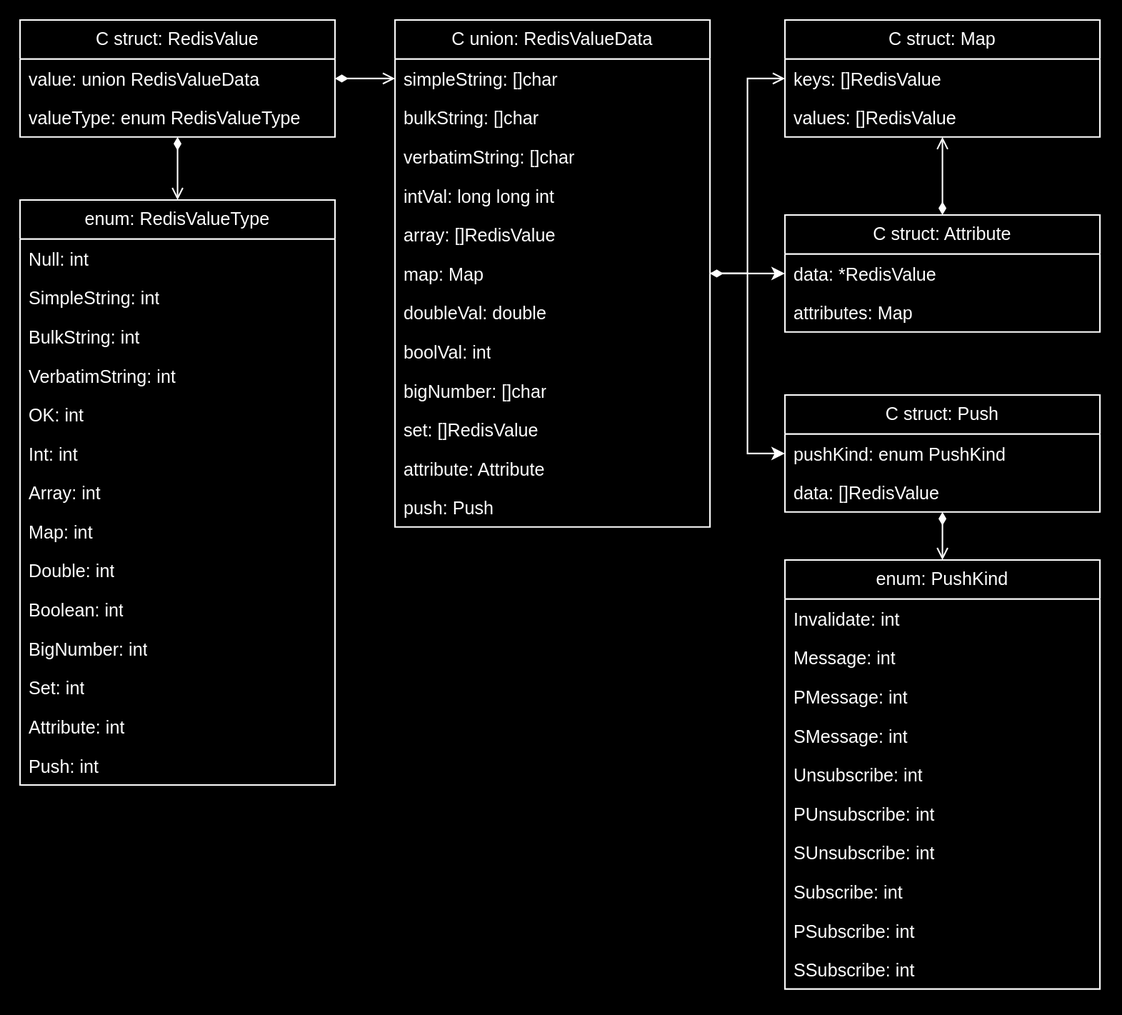
The draw.io diagram docs/img/FFI-request-success-struct-diagram.svg in Bit-Quill/valkey-glide, before a commit. Source tidied: cells renumbered, new cells last; positions are measured from the earlier drawing's top-left corner, leaving out a move shared by most shapes.
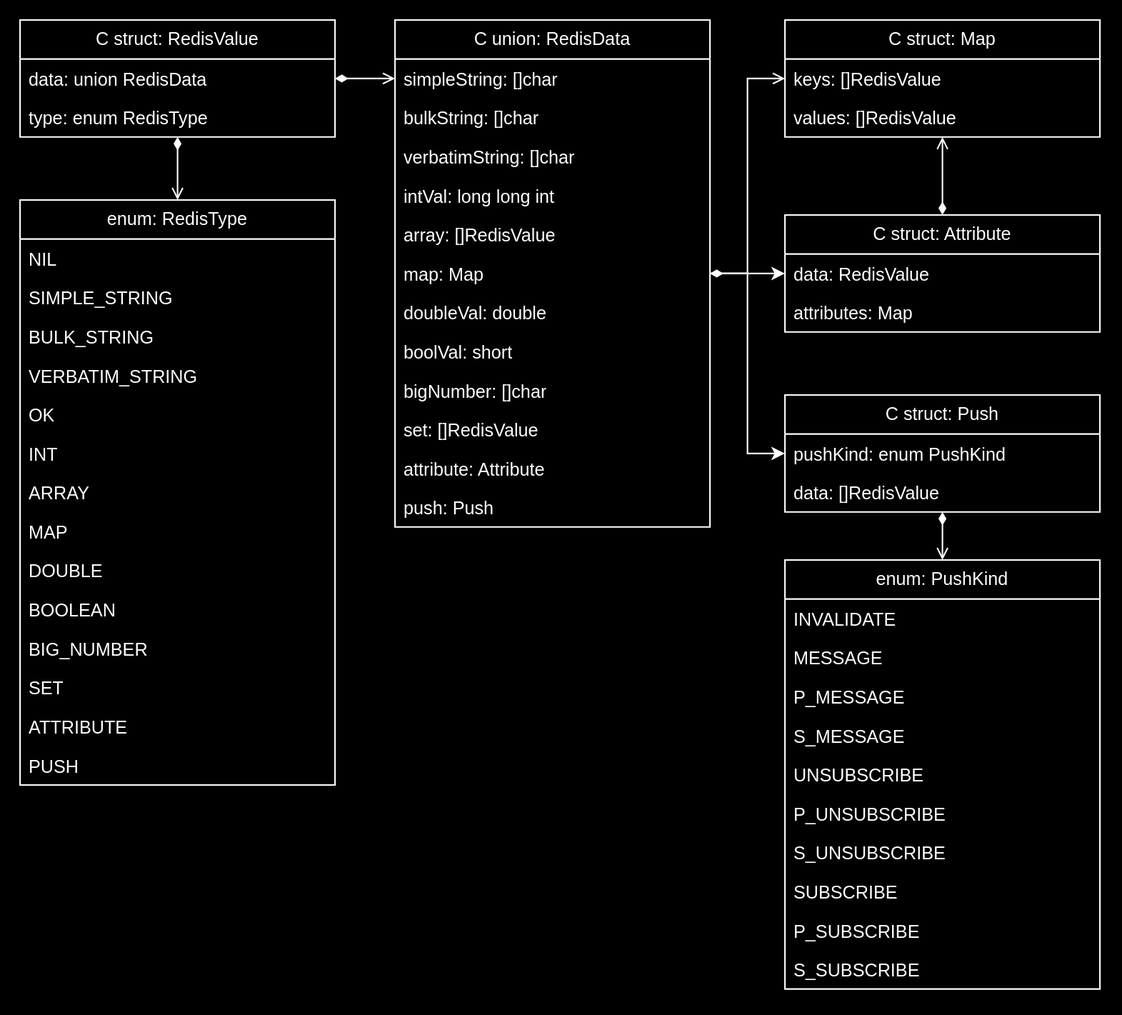
The same diagram one commit later.

Commit message:
Update request success struct diagram

Diff of the diagram source:
```diff
@@ -11,10 +11,10 @@
     <mxCell id="4" value="C struct: RedisValue" style="swimlane;fontStyle=0;horizontal=1;startSize=26;fillColor=none;whiteSpace=wrap;html=1;" parent="1" vertex="1">
       <mxGeometry width="210" height="78" as="geometry" />
     </mxCell>
-    <mxCell id="5" value="value: union RedisValueData" style="text;strokeColor=none;fillColor=none;align=left;verticalAlign=top;spacingLeft=4;spacingRight=4;overflow=hidden;whiteSpace=wrap;html=1;" parent="4" vertex="1">
+    <mxCell id="5" value="data: union RedisData" style="text;strokeColor=none;fillColor=none;align=left;verticalAlign=top;spacingLeft=4;spacingRight=4;overflow=hidden;whiteSpace=wrap;html=1;" parent="4" vertex="1">
       <mxGeometry y="26" width="210" height="26" as="geometry" />
     </mxCell>
-    <mxCell id="6" value="valueType: enum RedisValueType" style="text;strokeColor=none;fillColor=none;align=left;verticalAlign=top;spacingLeft=4;spacingRight=4;overflow=hidden;whiteSpace=wrap;html=1;" parent="4" vertex="1">
+    <mxCell id="6" value="type: enum RedisType" style="text;strokeColor=none;fillColor=none;align=left;verticalAlign=top;spacingLeft=4;spacingRight=4;overflow=hidden;whiteSpace=wrap;html=1;" parent="4" vertex="1">
       <mxGeometry y="52" width="210" height="26" as="geometry" />
     </mxCell>
     <mxCell id="7" style="edgeStyle=orthogonalEdgeStyle;rounded=0;jettySize=auto;html=1;startArrow=diamondThin;startFill=1;endArrow=open;endFill=0;" parent="1" edge="1" source="9" target="22">
@@ -23,7 +23,7 @@
     <mxCell id="8" style="edgeStyle=orthogonalEdgeStyle;rounded=0;jettySize=auto;html=1;" parent="1" edge="1" source="9" target="46">
       <mxGeometry relative="1" as="geometry" />
     </mxCell>
-    <mxCell id="9" value="C union: RedisValueData" style="swimlane;fontStyle=0;horizontal=1;startSize=26;fillColor=none;whiteSpace=wrap;html=1;" parent="1" vertex="1">
+    <mxCell id="9" value="C union: RedisData" style="swimlane;fontStyle=0;horizontal=1;startSize=26;fillColor=none;whiteSpace=wrap;html=1;" parent="1" vertex="1">
       <mxGeometry x="250" width="210" height="338" as="geometry" />
     </mxCell>
     <mxCell id="10" value="simpleString: []char" style="text;strokeColor=none;fillColor=none;align=left;verticalAlign=top;spacingLeft=4;spacingRight=4;overflow=hidden;points=[[0,0.5],[1,0.5]];portConstraint=eastwest;whiteSpace=wrap;html=1;" parent="9" vertex="1">
@@ -47,7 +47,7 @@
     <mxCell id="16" value="doubleVal: double" style="text;strokeColor=none;fillColor=none;align=left;verticalAlign=top;spacingLeft=4;spacingRight=4;overflow=hidden;whiteSpace=wrap;html=1;" parent="9" vertex="1">
       <mxGeometry y="182" width="210" height="26" as="geometry" />
     </mxCell>
-    <mxCell id="17" value="boolVal: int" style="text;strokeColor=none;fillColor=none;align=left;verticalAlign=top;spacingLeft=4;spacingRight=4;overflow=hidden;whiteSpace=wrap;html=1;" parent="9" vertex="1">
+    <mxCell id="17" value="boolVal: short" style="text;strokeColor=none;fillColor=none;align=left;verticalAlign=top;spacingLeft=4;spacingRight=4;overflow=hidden;whiteSpace=wrap;html=1;" parent="9" vertex="1">
       <mxGeometry y="208" width="210" height="26" as="geometry" />
     </mxCell>
     <mxCell id="18" value="bigNumber: []char" style="text;strokeColor=none;fillColor=none;align=left;verticalAlign=top;spacingLeft=4;spacingRight=4;overflow=hidden;whiteSpace=wrap;html=1;" parent="9" vertex="1">
@@ -71,49 +71,49 @@
     <mxCell id="24" value="values: []RedisValue" style="text;strokeColor=none;fillColor=none;align=left;verticalAlign=top;spacingLeft=4;spacingRight=4;overflow=hidden;whiteSpace=wrap;html=1;" parent="22" vertex="1">
       <mxGeometry y="52" width="210" height="26" as="geometry" />
     </mxCell>
-    <mxCell id="25" value="enum: RedisValueType" style="swimlane;fontStyle=0;horizontal=1;startSize=26;fillColor=none;whiteSpace=wrap;html=1;" parent="1" vertex="1">
+    <mxCell id="25" value="enum: RedisType" style="swimlane;fontStyle=0;horizontal=1;startSize=26;fillColor=none;whiteSpace=wrap;html=1;" parent="1" vertex="1">
       <mxGeometry y="120" width="210" height="390" as="geometry" />
     </mxCell>
-    <mxCell id="26" value="Null: int" style="text;strokeColor=none;fillColor=none;align=left;verticalAlign=top;spacingLeft=4;spacingRight=4;overflow=hidden;whiteSpace=wrap;html=1;" parent="25" vertex="1">
+    <mxCell id="26" value="NIL" style="text;strokeColor=none;fillColor=none;align=left;verticalAlign=top;spacingLeft=4;spacingRight=4;overflow=hidden;whiteSpace=wrap;html=1;" parent="25" vertex="1">
       <mxGeometry y="26" width="210" height="26" as="geometry" />
     </mxCell>
-    <mxCell id="27" value="SimpleString: int" style="text;strokeColor=none;fillColor=none;align=left;verticalAlign=top;spacingLeft=4;spacingRight=4;overflow=hidden;whiteSpace=wrap;html=1;" parent="25" vertex="1">
+    <mxCell id="27" value="SIMPLE_STRING" style="text;strokeColor=none;fillColor=none;align=left;verticalAlign=top;spacingLeft=4;spacingRight=4;overflow=hidden;whiteSpace=wrap;html=1;" parent="25" vertex="1">
       <mxGeometry y="52" width="210" height="26" as="geometry" />
     </mxCell>
-    <mxCell id="28" value="BulkString: int" style="text;strokeColor=none;fillColor=none;align=left;verticalAlign=top;spacingLeft=4;spacingRight=4;overflow=hidden;whiteSpace=wrap;html=1;" parent="25" vertex="1">
+    <mxCell id="28" value="BULK_STRING" style="text;strokeColor=none;fillColor=none;align=left;verticalAlign=top;spacingLeft=4;spacingRight=4;overflow=hidden;whiteSpace=wrap;html=1;" parent="25" vertex="1">
       <mxGeometry y="78" width="210" height="26" as="geometry" />
     </mxCell>
-    <mxCell id="29" value="VerbatimString: int" style="text;strokeColor=none;fillColor=none;align=left;verticalAlign=top;spacingLeft=4;spacingRight=4;overflow=hidden;whiteSpace=wrap;html=1;" parent="25" vertex="1">
+    <mxCell id="29" value="VERBATIM_STRING" style="text;strokeColor=none;fillColor=none;align=left;verticalAlign=top;spacingLeft=4;spacingRight=4;overflow=hidden;whiteSpace=wrap;html=1;" parent="25" vertex="1">
       <mxGeometry y="104" width="210" height="26" as="geometry" />
     </mxCell>
-    <mxCell id="30" value="OK: int" style="text;strokeColor=none;fillColor=none;align=left;verticalAlign=top;spacingLeft=4;spacingRight=4;overflow=hidden;whiteSpace=wrap;html=1;" parent="25" vertex="1">
+    <mxCell id="30" value="OK" style="text;strokeColor=none;fillColor=none;align=left;verticalAlign=top;spacingLeft=4;spacingRight=4;overflow=hidden;whiteSpace=wrap;html=1;" parent="25" vertex="1">
       <mxGeometry y="130" width="210" height="26" as="geometry" />
     </mxCell>
-    <mxCell id="31" value="Int: int" style="text;strokeColor=none;fillColor=none;align=left;verticalAlign=top;spacingLeft=4;spacingRight=4;overflow=hidden;whiteSpace=wrap;html=1;" parent="25" vertex="1">
+    <mxCell id="31" value="INT" style="text;strokeColor=none;fillColor=none;align=left;verticalAlign=top;spacingLeft=4;spacingRight=4;overflow=hidden;whiteSpace=wrap;html=1;" parent="25" vertex="1">
       <mxGeometry y="156" width="210" height="26" as="geometry" />
     </mxCell>
-    <mxCell id="32" value="Array: int" style="text;strokeColor=none;fillColor=none;align=left;verticalAlign=top;spacingLeft=4;spacingRight=4;overflow=hidden;whiteSpace=wrap;html=1;" parent="25" vertex="1">
+    <mxCell id="32" value="ARRAY" style="text;strokeColor=none;fillColor=none;align=left;verticalAlign=top;spacingLeft=4;spacingRight=4;overflow=hidden;whiteSpace=wrap;html=1;" parent="25" vertex="1">
       <mxGeometry y="182" width="210" height="26" as="geometry" />
     </mxCell>
-    <mxCell id="33" value="Map: int" style="text;strokeColor=none;fillColor=none;align=left;verticalAlign=top;spacingLeft=4;spacingRight=4;overflow=hidden;whiteSpace=wrap;html=1;" parent="25" vertex="1">
+    <mxCell id="33" value="MAP" style="text;strokeColor=none;fillColor=none;align=left;verticalAlign=top;spacingLeft=4;spacingRight=4;overflow=hidden;whiteSpace=wrap;html=1;" parent="25" vertex="1">
       <mxGeometry y="208" width="210" height="26" as="geometry" />
     </mxCell>
-    <mxCell id="34" value="Double: int" style="text;strokeColor=none;fillColor=none;align=left;verticalAlign=top;spacingLeft=4;spacingRight=4;overflow=hidden;whiteSpace=wrap;html=1;" parent="25" vertex="1">
+    <mxCell id="34" value="DOUBLE" style="text;strokeColor=none;fillColor=none;align=left;verticalAlign=top;spacingLeft=4;spacingRight=4;overflow=hidden;whiteSpace=wrap;html=1;" parent="25" vertex="1">
       <mxGeometry y="234" width="210" height="26" as="geometry" />
     </mxCell>
-    <mxCell id="35" value="Boolean: int" style="text;strokeColor=none;fillColor=none;align=left;verticalAlign=top;spacingLeft=4;spacingRight=4;overflow=hidden;whiteSpace=wrap;html=1;" parent="25" vertex="1">
+    <mxCell id="35" value="BOOLEAN" style="text;strokeColor=none;fillColor=none;align=left;verticalAlign=top;spacingLeft=4;spacingRight=4;overflow=hidden;whiteSpace=wrap;html=1;" parent="25" vertex="1">
       <mxGeometry y="260" width="210" height="26" as="geometry" />
     </mxCell>
-    <mxCell id="36" value="BigNumber: int" style="text;strokeColor=none;fillColor=none;align=left;verticalAlign=top;spacingLeft=4;spacingRight=4;overflow=hidden;whiteSpace=wrap;html=1;" parent="25" vertex="1">
+    <mxCell id="36" value="BIG_NUMBER" style="text;strokeColor=none;fillColor=none;align=left;verticalAlign=top;spacingLeft=4;spacingRight=4;overflow=hidden;whiteSpace=wrap;html=1;" parent="25" vertex="1">
       <mxGeometry y="286" width="210" height="26" as="geometry" />
     </mxCell>
-    <mxCell id="37" value="Set: int" style="text;strokeColor=none;fillColor=none;align=left;verticalAlign=top;spacingLeft=4;spacingRight=4;overflow=hidden;whiteSpace=wrap;html=1;" parent="25" vertex="1">
+    <mxCell id="37" value="SET" style="text;strokeColor=none;fillColor=none;align=left;verticalAlign=top;spacingLeft=4;spacingRight=4;overflow=hidden;whiteSpace=wrap;html=1;" parent="25" vertex="1">
       <mxGeometry y="312" width="210" height="26" as="geometry" />
     </mxCell>
-    <mxCell id="38" value="Attribute: int" style="text;strokeColor=none;fillColor=none;align=left;verticalAlign=top;spacingLeft=4;spacingRight=4;overflow=hidden;whiteSpace=wrap;html=1;" parent="25" vertex="1">
+    <mxCell id="38" value="ATTRIBUTE" style="text;strokeColor=none;fillColor=none;align=left;verticalAlign=top;spacingLeft=4;spacingRight=4;overflow=hidden;whiteSpace=wrap;html=1;" parent="25" vertex="1">
       <mxGeometry y="338" width="210" height="26" as="geometry" />
     </mxCell>
-    <mxCell id="39" value="Push: int" style="text;strokeColor=none;fillColor=none;align=left;verticalAlign=top;spacingLeft=4;spacingRight=4;overflow=hidden;whiteSpace=wrap;html=1;" parent="25" vertex="1">
+    <mxCell id="39" value="PUSH" style="text;strokeColor=none;fillColor=none;align=left;verticalAlign=top;spacingLeft=4;spacingRight=4;overflow=hidden;whiteSpace=wrap;html=1;" parent="25" vertex="1">
       <mxGeometry y="364" width="210" height="26" as="geometry" />
     </mxCell>
     <mxCell id="40" style="edgeStyle=orthogonalEdgeStyle;rounded=0;jettySize=auto;html=1;endArrow=open;endFill=0;startArrow=diamondThin;startFill=1;" parent="1" edge="1" source="41" target="22">
@@ -122,7 +122,7 @@
     <mxCell id="41" value="C struct: Attribute" style="swimlane;fontStyle=0;horizontal=1;startSize=26;fillColor=none;whiteSpace=wrap;html=1;" parent="1" vertex="1">
       <mxGeometry x="510" y="130" width="210" height="78" as="geometry" />
     </mxCell>
-    <mxCell id="42" value="data: *RedisValue" style="text;strokeColor=none;fillColor=none;align=left;verticalAlign=top;spacingLeft=4;spacingRight=4;overflow=hidden;whiteSpace=wrap;html=1;" parent="41" vertex="1">
+    <mxCell id="42" value="data: RedisValue" style="text;strokeColor=none;fillColor=none;align=left;verticalAlign=top;spacingLeft=4;spacingRight=4;overflow=hidden;whiteSpace=wrap;html=1;" parent="41" vertex="1">
       <mxGeometry y="26" width="210" height="26" as="geometry" />
     </mxCell>
     <mxCell id="43" value="attributes: Map" style="text;strokeColor=none;fillColor=none;align=left;verticalAlign=top;spacingLeft=4;spacingRight=4;overflow=hidden;whiteSpace=wrap;html=1;" parent="41" vertex="1">
@@ -146,34 +146,34 @@
     <mxCell id="49" value="enum: PushKind" style="swimlane;fontStyle=0;horizontal=1;startSize=26;fillColor=none;whiteSpace=wrap;html=1;" parent="1" vertex="1">
       <mxGeometry x="510" y="360" width="210" height="286" as="geometry" />
     </mxCell>
-    <mxCell id="50" value="Invalidate: int" style="text;strokeColor=none;fillColor=none;align=left;verticalAlign=top;spacingLeft=4;spacingRight=4;overflow=hidden;whiteSpace=wrap;html=1;" parent="49" vertex="1">
+    <mxCell id="50" value="INVALIDATE" style="text;strokeColor=none;fillColor=none;align=left;verticalAlign=top;spacingLeft=4;spacingRight=4;overflow=hidden;whiteSpace=wrap;html=1;" parent="49" vertex="1">
       <mxGeometry y="26" width="210" height="26" as="geometry" />
     </mxCell>
-    <mxCell id="51" value="Message: int" style="text;strokeColor=none;fillColor=none;align=left;verticalAlign=top;spacingLeft=4;spacingRight=4;overflow=hidden;whiteSpace=wrap;html=1;" parent="49" vertex="1">
+    <mxCell id="51" value="MESSAGE" style="text;strokeColor=none;fillColor=none;align=left;verticalAlign=top;spacingLeft=4;spacingRight=4;overflow=hidden;whiteSpace=wrap;html=1;" parent="49" vertex="1">
       <mxGeometry y="52" width="210" height="26" as="geometry" />
     </mxCell>
-    <mxCell id="52" value="PMessage: int" style="text;strokeColor=none;fillColor=none;align=left;verticalAlign=top;spacingLeft=4;spacingRight=4;overflow=hidden;whiteSpace=wrap;html=1;" parent="49" vertex="1">
+    <mxCell id="52" value="P_MESSAGE" style="text;strokeColor=none;fillColor=none;align=left;verticalAlign=top;spacingLeft=4;spacingRight=4;overflow=hidden;whiteSpace=wrap;html=1;" parent="49" vertex="1">
       <mxGeometry y="78" width="210" height="26" as="geometry" />
     </mxCell>
-    <mxCell id="53" value="SMessage: int" style="text;strokeColor=none;fillColor=none;align=left;verticalAlign=top;spacingLeft=4;spacingRight=4;overflow=hidden;whiteSpace=wrap;html=1;" parent="49" vertex="1">
+    <mxCell id="53" value="S_MESSAGE" style="text;strokeColor=none;fillColor=none;align=left;verticalAlign=top;spacingLeft=4;spacingRight=4;overflow=hidden;whiteSpace=wrap;html=1;" parent="49" vertex="1">
       <mxGeometry y="104" width="210" height="26" as="geometry" />
     </mxCell>
-    <mxCell id="54" value="Unsubscribe: int" style="text;strokeColor=none;fillColor=none;align=left;verticalAlign=top;spacingLeft=4;spacingRight=4;overflow=hidden;whiteSpace=wrap;html=1;" parent="49" vertex="1">
+    <mxCell id="54" value="UNSUBSCRIBE" style="text;strokeColor=none;fillColor=none;align=left;verticalAlign=top;spacingLeft=4;spacingRight=4;overflow=hidden;whiteSpace=wrap;html=1;" parent="49" vertex="1">
       <mxGeometry y="130" width="210" height="26" as="geometry" />
     </mxCell>
-    <mxCell id="55" value="PUnsubscribe: int" style="text;strokeColor=none;fillColor=none;align=left;verticalAlign=top;spacingLeft=4;spacingRight=4;overflow=hidden;whiteSpace=wrap;html=1;" parent="49" vertex="1">
+    <mxCell id="55" value="P_UNSUBSCRIBE" style="text;strokeColor=none;fillColor=none;align=left;verticalAlign=top;spacingLeft=4;spacingRight=4;overflow=hidden;whiteSpace=wrap;html=1;" parent="49" vertex="1">
       <mxGeometry y="156" width="210" height="26" as="geometry" />
     </mxCell>
-    <mxCell id="56" value="SUnsubscribe: int" style="text;strokeColor=none;fillColor=none;align=left;verticalAlign=top;spacingLeft=4;spacingRight=4;overflow=hidden;whiteSpace=wrap;html=1;" parent="49" vertex="1">
+    <mxCell id="56" value="S_UNSUBSCRIBE" style="text;strokeColor=none;fillColor=none;align=left;verticalAlign=top;spacingLeft=4;spacingRight=4;overflow=hidden;whiteSpace=wrap;html=1;" parent="49" vertex="1">
       <mxGeometry y="182" width="210" height="26" as="geometry" />
     </mxCell>
-    <mxCell id="57" value="Subscribe: int" style="text;strokeColor=none;fillColor=none;align=left;verticalAlign=top;spacingLeft=4;spacingRight=4;overflow=hidden;whiteSpace=wrap;html=1;" parent="49" vertex="1">
+    <mxCell id="57" value="SUBSCRIBE" style="text;strokeColor=none;fillColor=none;align=left;verticalAlign=top;spacingLeft=4;spacingRight=4;overflow=hidden;whiteSpace=wrap;html=1;" parent="49" vertex="1">
       <mxGeometry y="208" width="210" height="26" as="geometry" />
     </mxCell>
-    <mxCell id="58" value="PSubscribe: int" style="text;strokeColor=none;fillColor=none;align=left;verticalAlign=top;spacingLeft=4;spacingRight=4;overflow=hidden;whiteSpace=wrap;html=1;" parent="49" vertex="1">
+    <mxCell id="58" value="P_SUBSCRIBE" style="text;strokeColor=none;fillColor=none;align=left;verticalAlign=top;spacingLeft=4;spacingRight=4;overflow=hidden;whiteSpace=wrap;html=1;" parent="49" vertex="1">
       <mxGeometry y="234" width="210" height="26" as="geometry" />
     </mxCell>
-    <mxCell id="59" value="SSubscribe: int" style="text;strokeColor=none;fillColor=none;align=left;verticalAlign=top;spacingLeft=4;spacingRight=4;overflow=hidden;whiteSpace=wrap;html=1;" parent="49" vertex="1">
+    <mxCell id="59" value="S_SUBSCRIBE" style="text;strokeColor=none;fillColor=none;align=left;verticalAlign=top;spacingLeft=4;spacingRight=4;overflow=hidden;whiteSpace=wrap;html=1;" parent="49" vertex="1">
       <mxGeometry y="260" width="210" height="26" as="geometry" />
     </mxCell>
   </root>
```
